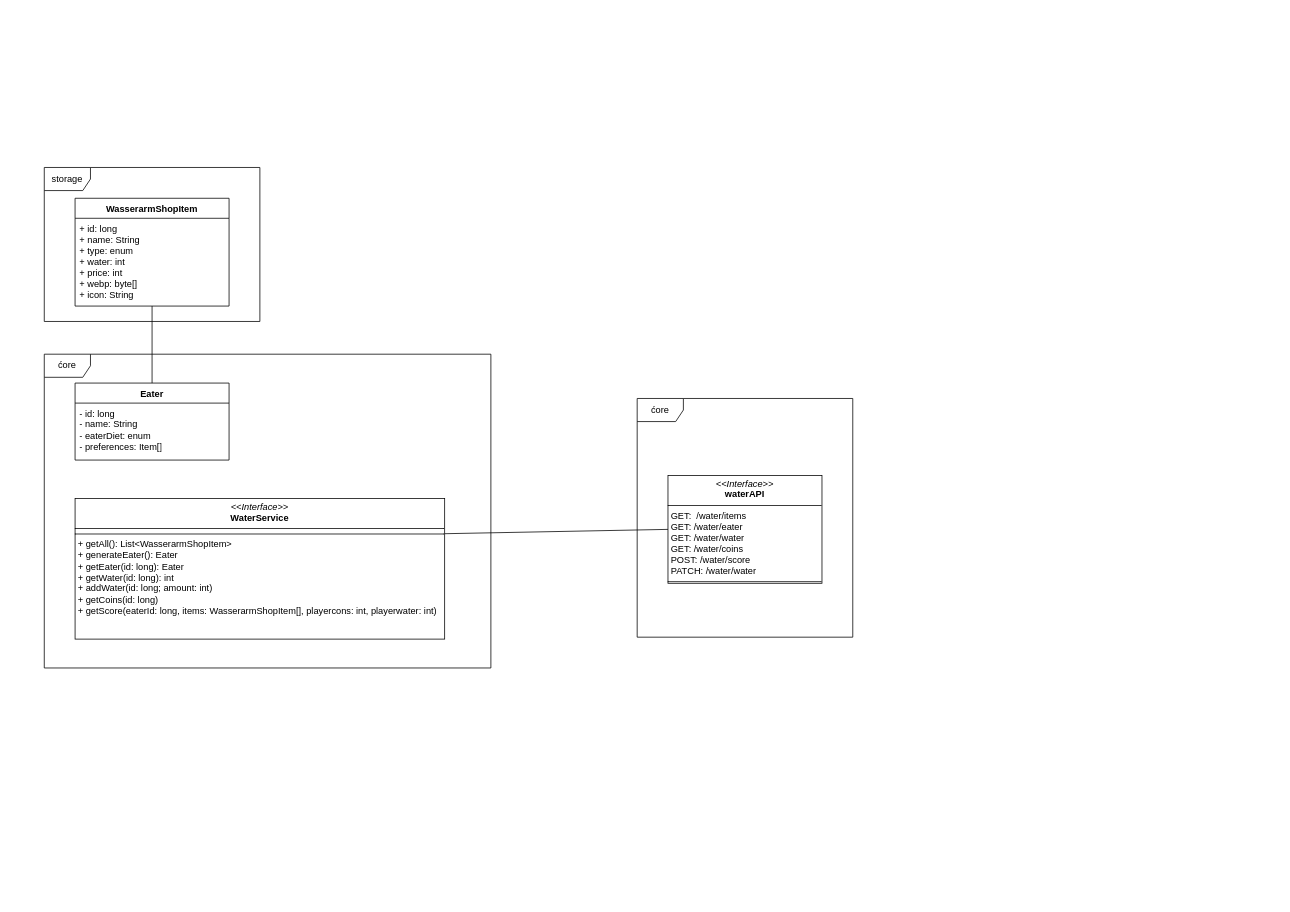
Before: doc/wassserarm/uml/src/classes.drawio in j0giwa/klimaralley, a draw.io diagram. Source tidied: cells renumbered, new cells numbered last; positions are measured from the earlier drawing's top-left corner, leaving out a move shared by most shapes. Both pictures are drawn from the tidied source at 77%, with x=0, y=0 at pixel (44, 167).
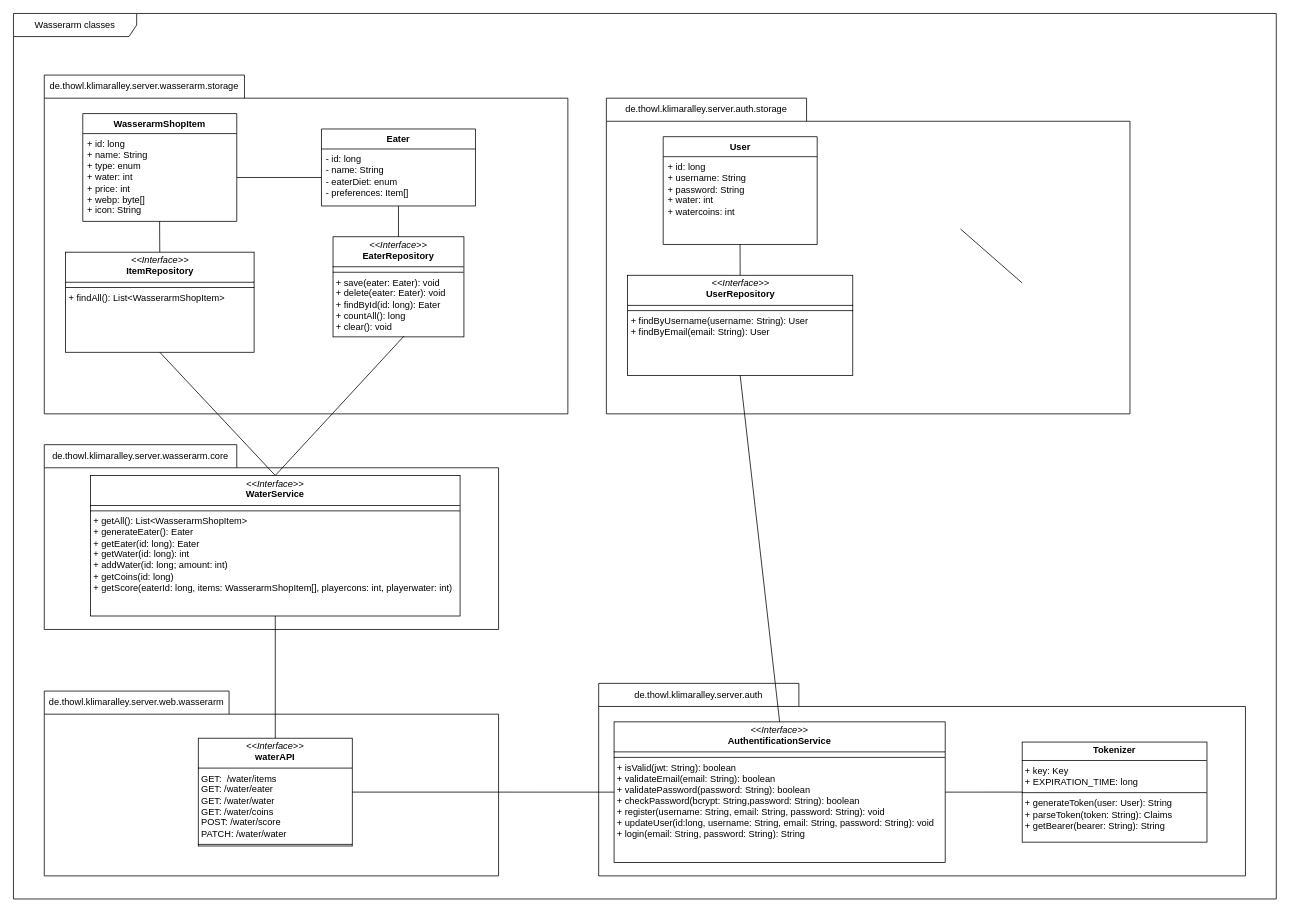
The same diagram, later.

The change refers to these unchanged cells:
```xml
<mxCell id="4" value="&lt;div&gt;+ id: long&lt;/div&gt;&lt;div&gt;+ name: String&lt;/div&gt;&lt;div&gt;+ type: enum&lt;/div&gt;&lt;div&gt;+ water: int&lt;br&gt;+ price: int&lt;/div&gt;&lt;div&gt;+ webp: byte[]&lt;/div&gt;&lt;div&gt;+ icon: String&lt;/div&gt;" style="text;strokeColor=none;fillColor=none;align=left;verticalAlign=top;spacingLeft=4;spacingRight=4;overflow=hidden;points=[[0,0.5],[1,0.5]];portConstraint=eastwest;whiteSpace=wrap;html=1;" parent="3" vertex="1">
  <mxGeometry y="26" width="200" height="114" as="geometry" />
</mxCell>
<mxCell id="6" value="&lt;div&gt;&lt;span style=&quot;background-color: initial;&quot;&gt;- id: long&lt;/span&gt;&lt;/div&gt;&lt;div&gt;&lt;span style=&quot;background-color: initial;&quot;&gt;- name: String&lt;/span&gt;&lt;br&gt;&lt;/div&gt;&lt;div&gt;- eaterDiet: enum&lt;/div&gt;&lt;div&gt;- preferences: Item[]&lt;/div&gt;" style="text;strokeColor=none;fillColor=none;align=left;verticalAlign=top;spacingLeft=4;spacingRight=4;overflow=hidden;points=[[0,0.5],[1,0.5]];portConstraint=eastwest;whiteSpace=wrap;html=1;" parent="5" vertex="1">
  <mxGeometry y="26" width="200" height="74" as="geometry" />
</mxCell>
```

Diff of the diagram source:
```diff
@@
-    <mxCell id="2" value="&lt;p style=&quot;margin:0px;margin-top:4px;text-align:center;&quot;&gt;&lt;i&gt;&amp;lt;&amp;lt;Interface&amp;gt;&amp;gt;&lt;/i&gt;&lt;br&gt;&lt;b&gt;waterAPI&lt;/b&gt;&lt;br&gt;&lt;/p&gt;&lt;hr size=&quot;1&quot; style=&quot;border-style:solid;&quot;&gt;&lt;p style=&quot;margin:0px;margin-left:4px;&quot;&gt;GET:&amp;nbsp; /water/items&lt;/p&gt;&lt;p style=&quot;margin:0px;margin-left:4px;&quot;&gt;GET: /water/eater&lt;/p&gt;&lt;p style=&quot;margin:0px;margin-left:4px;&quot;&gt;GET: /water/water&lt;/p&gt;&lt;p style=&quot;margin:0px;margin-left:4px;&quot;&gt;GET: /water/coins&lt;/p&gt;&lt;p style=&quot;margin:0px;margin-left:4px;&quot;&gt;POST: /water/score&lt;br&gt;&lt;/p&gt;&lt;p style=&quot;margin:0px;margin-left:4px;&quot;&gt;PATCH: /water/water&lt;br&gt;&lt;/p&gt;&lt;hr size=&quot;1&quot; style=&quot;border-style:solid;&quot;&gt;" style="verticalAlign=top;align=left;overflow=fill;html=1;whiteSpace=wrap;" parent="1" vertex="1">
-      <mxGeometry x="810" y="400" width="200" height="140" as="geometry" />
-    </mxCell>
+    <mxCell id="13" value="Wasserarm classes" style="shape=umlFrame;whiteSpace=wrap;html=1;width=160;" parent="1" vertex="1">
+      <mxGeometry x="-40" y="-200" width="1640" height="1150" as="geometry" />
+    </mxCell>
+    <mxCell id="14" value="&lt;span style=&quot;font-weight: 400;&quot;&gt;de.thowl.klimaralley.server.wasserarm.storage&lt;/span&gt;" style="shape=folder;fontStyle=1;tabWidth=260;tabHeight=30;tabPosition=left;html=1;boundedLbl=1;labelInHeader=1;whiteSpace=wrap;" parent="13" vertex="1">
+      <mxGeometry x="40" y="80" width="680" height="440" as="geometry" />
+    </mxCell>
-    <mxCell id="3" value="&lt;div&gt;WasserarmShopItem&lt;/div&gt;&lt;div&gt;&lt;br&gt;&lt;/div&gt;" style="swimlane;fontStyle=1;align=center;verticalAlign=top;horizontal=1;startSize=26;whiteSpace=wrap;html=1;" parent="1" vertex="1">
-      <mxGeometry x="40" y="40" width="200" height="140" as="geometry" />
+    <mxCell id="3" value="&lt;div&gt;WasserarmShopItem&lt;/div&gt;&lt;div&gt;&lt;br&gt;&lt;/div&gt;" style="swimlane;fontStyle=1;align=center;verticalAlign=top;horizontal=1;startSize=26;whiteSpace=wrap;html=1;" parent="14" vertex="1">
+      <mxGeometry x="50" y="50" width="200" height="140" as="geometry" />
     </mxCell>
@@
-    <mxCell id="5" value="Eater" style="swimlane;fontStyle=1;align=center;verticalAlign=top;horizontal=1;startSize=26;whiteSpace=wrap;html=1;" parent="1" vertex="1">
-      <mxGeometry x="40" y="280" width="200" height="100" as="geometry" />
+    <mxCell id="5" value="Eater" style="swimlane;fontStyle=1;align=center;verticalAlign=top;horizontal=1;startSize=26;whiteSpace=wrap;html=1;" parent="14" vertex="1">
+      <mxGeometry x="360" y="70" width="200" height="100" as="geometry" />
     </mxCell>
@@
-    <mxCell id="7" style="endArrow=none;html=1;rounded=0;exitX=0.5;exitY=1;exitDx=0;exitDy=0;entryX=0.5;entryY=0;entryDx=0;entryDy=0;" parent="1" edge="1" source="3" target="5">
-      <mxGeometry relative="1" as="geometry" />
-    </mxCell>
-    <mxCell id="8" value="storage" style="shape=umlFrame;whiteSpace=wrap;html=1;" parent="1" vertex="1">
-      <mxGeometry width="280" height="200" as="geometry" />
-    </mxCell>
-    <mxCell id="9" value="ćore" style="shape=umlFrame;whiteSpace=wrap;html=1;" parent="1" vertex="1">
-      <mxGeometry y="242.5" width="580" height="407.5" as="geometry" />
-    </mxCell>
-    <mxCell id="10" value="ćore" style="shape=umlFrame;whiteSpace=wrap;html=1;" parent="1" vertex="1">
-      <mxGeometry x="770" y="300" width="280" height="310" as="geometry" />
-    </mxCell>
+    <mxCell id="15" style="endArrow=none;html=1;rounded=0;exitX=1;exitY=0.5;exitDx=0;exitDy=0;entryX=0;entryY=0.5;entryDx=0;entryDy=0;" parent="14" edge="1" source="4" target="6">
+      <mxGeometry relative="1" as="geometry" />
+    </mxCell>
+    <mxCell id="16" value="&lt;p style=&quot;margin:0px;margin-top:4px;text-align:center;&quot;&gt;&lt;i&gt;&amp;lt;&amp;lt;Interface&amp;gt;&amp;gt;&lt;/i&gt;&lt;br&gt;&lt;b&gt;EaterRepository&lt;/b&gt;&lt;br&gt;&lt;/p&gt;&lt;hr size=&quot;1&quot; style=&quot;border-style:solid;&quot;&gt;&lt;hr size=&quot;1&quot; style=&quot;border-style:solid;&quot;&gt;&lt;p style=&quot;margin:0px;margin-left:4px;&quot;&gt;+ save(eater: Eater): void&lt;br&gt;+ delete(eater: Eater): void&lt;br&gt;+ findById(id: long):&amp;nbsp;&lt;span style=&quot;background-color: initial;&quot;&gt;Eater&lt;/span&gt;&lt;br&gt;&lt;/p&gt;&lt;p style=&quot;margin:0px;margin-left:4px;&quot;&gt;&lt;span style=&quot;background-color: initial;&quot;&gt;+ countAll(): long&lt;br&gt;+ clear(): void&lt;/span&gt;&lt;/p&gt;" style="verticalAlign=top;align=left;overflow=fill;html=1;whiteSpace=wrap;" parent="14" vertex="1">
+      <mxGeometry x="375" y="210" width="170" height="130" as="geometry" />
+    </mxCell>
+    <mxCell id="17" style="endArrow=none;html=1;rounded=0;exitX=0.5;exitY=0;exitDx=0;exitDy=0;entryX=0.5;entryY=1;entryDx=0;entryDy=0;" parent="14" edge="1" source="16" target="5">
+      <mxGeometry relative="1" as="geometry" />
+    </mxCell>
+    <mxCell id="18" value="&lt;p style=&quot;margin:0px;margin-top:4px;text-align:center;&quot;&gt;&lt;i&gt;&amp;lt;&amp;lt;Interface&amp;gt;&amp;gt;&lt;/i&gt;&lt;br&gt;&lt;b&gt;ItemRepository&lt;/b&gt;&lt;br&gt;&lt;/p&gt;&lt;hr size=&quot;1&quot; style=&quot;border-style:solid;&quot;&gt;&lt;hr size=&quot;1&quot; style=&quot;border-style:solid;&quot;&gt;&lt;p style=&quot;margin:0px;margin-left:4px;&quot;&gt;&lt;span style=&quot;background-color: initial;&quot;&gt;+ findAll()&lt;/span&gt;&lt;span style=&quot;background-color: initial;&quot;&gt;: List&amp;lt;WasserarmShopItem&amp;gt;&lt;/span&gt;&lt;br&gt;&lt;/p&gt;&lt;p style=&quot;margin:0px;margin-left:4px;&quot;&gt;&lt;span style=&quot;background-color: initial;&quot;&gt;&lt;br&gt;&lt;/span&gt;&lt;/p&gt;" style="verticalAlign=top;align=left;overflow=fill;html=1;whiteSpace=wrap;" parent="14" vertex="1">
+      <mxGeometry x="27.5" y="230" width="245" height="130" as="geometry" />
+    </mxCell>
+    <mxCell id="19" style="endArrow=none;html=1;rounded=0;exitX=0.5;exitY=0;exitDx=0;exitDy=0;entryX=0.499;entryY=0.999;entryDx=0;entryDy=0;entryPerimeter=0;" parent="14" edge="1" source="18" target="4">
+      <mxGeometry relative="1" as="geometry" />
+    </mxCell>
+    <mxCell id="20" value="&lt;span style=&quot;font-weight: 400;&quot;&gt;de.thowl.klimaralley.server.wasserarm.core&lt;/span&gt;" style="shape=folder;fontStyle=1;tabWidth=250;tabHeight=30;tabPosition=left;html=1;boundedLbl=1;labelInHeader=1;whiteSpace=wrap;" parent="13" vertex="1">
+      <mxGeometry x="40" y="560" width="590" height="240" as="geometry" />
+    </mxCell>
-    <mxCell id="11" value="&lt;p style=&quot;margin:0px;margin-top:4px;text-align:center;&quot;&gt;&lt;i&gt;&amp;lt;&amp;lt;Interface&amp;gt;&amp;gt;&lt;/i&gt;&lt;br&gt;&lt;b&gt;WaterService&lt;/b&gt;&lt;br&gt;&lt;/p&gt;&lt;hr size=&quot;1&quot; style=&quot;border-style:solid;&quot;&gt;&lt;hr size=&quot;1&quot; style=&quot;border-style:solid;&quot;&gt;&lt;p style=&quot;margin:0px;margin-left:4px;&quot;&gt;+ getAll(): List&amp;lt;WasserarmShopItem&amp;gt;&lt;/p&gt;&lt;p style=&quot;margin:0px;margin-left:4px;&quot;&gt;+ generateEater(): Eater&lt;br&gt;&lt;/p&gt;&lt;p style=&quot;margin:0px;margin-left:4px;&quot;&gt;+ getEater(id: long): Eater&lt;/p&gt;&lt;p style=&quot;margin:0px;margin-left:4px;&quot;&gt;+ getWater(id: long): int&lt;/p&gt;&lt;p style=&quot;margin:0px;margin-left:4px;&quot;&gt;+ addWater(id: long; amount: int)&lt;br&gt;+ getCoins(id: long)&lt;br&gt;+ getScore(eaterId: long, items:&amp;nbsp;&lt;span style=&quot;background-color: initial;&quot;&gt;WasserarmShopItem[], playercons: int, playerwater: int)&lt;/span&gt;&lt;/p&gt;" style="verticalAlign=top;align=left;overflow=fill;html=1;whiteSpace=wrap;" parent="1" vertex="1">
-      <mxGeometry x="40" y="430" width="480" height="182.5" as="geometry" />
+    <mxCell id="11" value="&lt;p style=&quot;margin:0px;margin-top:4px;text-align:center;&quot;&gt;&lt;i&gt;&amp;lt;&amp;lt;Interface&amp;gt;&amp;gt;&lt;/i&gt;&lt;br&gt;&lt;b&gt;WaterService&lt;/b&gt;&lt;br&gt;&lt;/p&gt;&lt;hr size=&quot;1&quot; style=&quot;border-style:solid;&quot;&gt;&lt;hr size=&quot;1&quot; style=&quot;border-style:solid;&quot;&gt;&lt;p style=&quot;margin:0px;margin-left:4px;&quot;&gt;+ getAll(): List&amp;lt;WasserarmShopItem&amp;gt;&lt;/p&gt;&lt;p style=&quot;margin:0px;margin-left:4px;&quot;&gt;+ generateEater(): Eater&lt;br&gt;&lt;/p&gt;&lt;p style=&quot;margin:0px;margin-left:4px;&quot;&gt;+ getEater(id: long): Eater&lt;/p&gt;&lt;p style=&quot;margin:0px;margin-left:4px;&quot;&gt;+ getWater(id: long): int&lt;/p&gt;&lt;p style=&quot;margin:0px;margin-left:4px;&quot;&gt;+ addWater(id: long; amount: int)&lt;br&gt;+ getCoins(id: long)&lt;br&gt;+ getScore(eaterId: long, items:&amp;nbsp;&lt;span style=&quot;background-color: initial;&quot;&gt;WasserarmShopItem[], playercons: int, playerwater: int)&lt;/span&gt;&lt;/p&gt;" style="verticalAlign=top;align=left;overflow=fill;html=1;whiteSpace=wrap;" parent="20" vertex="1">
+      <mxGeometry x="60" y="40" width="480" height="182.5" as="geometry" />
     </mxCell>
+    <mxCell id="21" value="&lt;span style=&quot;font-weight: 400;&quot;&gt;de.thowl.klimaralley.server.web.wasserarm&lt;/span&gt;" style="shape=folder;fontStyle=1;tabWidth=240;tabHeight=30;tabPosition=left;html=1;boundedLbl=1;labelInHeader=1;whiteSpace=wrap;" parent="13" vertex="1">
+      <mxGeometry x="40" y="880" width="590" height="240" as="geometry" />
+    </mxCell>
+    <mxCell id="2" value="&lt;p style=&quot;margin:0px;margin-top:4px;text-align:center;&quot;&gt;&lt;i&gt;&amp;lt;&amp;lt;Interface&amp;gt;&amp;gt;&lt;/i&gt;&lt;br&gt;&lt;b&gt;waterAPI&lt;/b&gt;&lt;br&gt;&lt;/p&gt;&lt;hr size=&quot;1&quot; style=&quot;border-style:solid;&quot;&gt;&lt;p style=&quot;margin:0px;margin-left:4px;&quot;&gt;GET:&amp;nbsp; /water/items&lt;/p&gt;&lt;p style=&quot;margin:0px;margin-left:4px;&quot;&gt;GET: /water/eater&lt;/p&gt;&lt;p style=&quot;margin:0px;margin-left:4px;&quot;&gt;GET: /water/water&lt;/p&gt;&lt;p style=&quot;margin:0px;margin-left:4px;&quot;&gt;GET: /water/coins&lt;/p&gt;&lt;p style=&quot;margin:0px;margin-left:4px;&quot;&gt;POST: /water/score&lt;br&gt;&lt;/p&gt;&lt;p style=&quot;margin:0px;margin-left:4px;&quot;&gt;PATCH: /water/water&lt;br&gt;&lt;/p&gt;&lt;hr size=&quot;1&quot; style=&quot;border-style:solid;&quot;&gt;" style="verticalAlign=top;align=left;overflow=fill;html=1;whiteSpace=wrap;" parent="21" vertex="1">
+      <mxGeometry x="200" y="61.2" width="200" height="140" as="geometry" />
+    </mxCell>
-    <mxCell id="12" style="endArrow=none;html=1;rounded=0;exitX=1;exitY=0.25;exitDx=0;exitDy=0;entryX=0;entryY=0.5;entryDx=0;entryDy=0;" parent="1" edge="1" source="11" target="2">
+    <mxCell id="12" style="endArrow=none;html=1;rounded=0;exitX=0.5;exitY=1;exitDx=0;exitDy=0;entryX=0.5;entryY=0;entryDx=0;entryDy=0;" parent="13" edge="1" source="11" target="2">
       <mxGeometry relative="1" as="geometry" />
     </mxCell>
+    <mxCell id="22" value="&lt;span style=&quot;font-weight: 400;&quot;&gt;de.thowl.klimaralley.server.auth&lt;/span&gt;" style="shape=folder;fontStyle=1;tabWidth=260;tabHeight=30;tabPosition=left;html=1;boundedLbl=1;labelInHeader=1;whiteSpace=wrap;" parent="13" vertex="1">
+      <mxGeometry x="760" y="870" width="840" height="250" as="geometry" />
+    </mxCell>
+    <mxCell id="23" value="&lt;p style=&quot;margin:0px;margin-top:4px;text-align:center;&quot;&gt;&lt;i&gt;&amp;lt;&amp;lt;Interface&amp;gt;&amp;gt;&lt;/i&gt;&lt;br&gt;&lt;b&gt;AuthentificationService&lt;/b&gt;&lt;br&gt;&lt;/p&gt;&lt;hr size=&quot;1&quot; style=&quot;border-style:solid;&quot;&gt;&lt;hr size=&quot;1&quot; style=&quot;border-style:solid;&quot;&gt;&lt;p style=&quot;margin:0px;margin-left:4px;&quot;&gt;+ isValid(jwt: String): boolean&lt;br&gt;+ validateEmail(email: String): boolean&lt;br&gt;&lt;/p&gt;&lt;p style=&quot;margin:0px;margin-left:4px;&quot;&gt;+ validatePassword(password: String): boolean&lt;br&gt;+ check&lt;span style=&quot;background-color: initial;&quot;&gt;Password(bcrypt: String,password: String): boolean&lt;/span&gt;&lt;/p&gt;&lt;p style=&quot;margin:0px;margin-left:4px;&quot;&gt;&lt;span style=&quot;background-color: initial;&quot;&gt;+ register(username: String, email: String, password: String): void&lt;/span&gt;&lt;/p&gt;&lt;p style=&quot;margin:0px;margin-left:4px;&quot;&gt;+ updateUser(id:long, username: String, email: String, password: String): void&lt;span style=&quot;background-color: initial;&quot;&gt;&lt;br&gt;&lt;/span&gt;&lt;/p&gt;&lt;p style=&quot;margin:0px;margin-left:4px;&quot;&gt;+ login(email: String, password: String): String&lt;span style=&quot;background-color: initial;&quot;&gt;&lt;br&gt;&lt;/span&gt;&lt;/p&gt;" style="verticalAlign=top;align=left;overflow=fill;html=1;whiteSpace=wrap;" parent="22" vertex="1">
+      <mxGeometry x="20" y="50" width="430" height="182.5" as="geometry" />
+    </mxCell>
+    <mxCell id="24" value="&lt;p style=&quot;margin:0px;margin-top:4px;text-align:center;&quot;&gt;&lt;b&gt;Tokenizer&lt;/b&gt;&lt;/p&gt;&lt;hr size=&quot;1&quot; style=&quot;border-style:solid;&quot;&gt;&lt;p style=&quot;margin:0px;margin-left:4px;&quot;&gt;+ key: Key&lt;/p&gt;&lt;p style=&quot;margin:0px;margin-left:4px;&quot;&gt;+ EXPIRATION_TIME: long&lt;/p&gt;&lt;hr size=&quot;1&quot; style=&quot;border-style:solid;&quot;&gt;&lt;p style=&quot;margin:0px;margin-left:4px;&quot;&gt;+ generateToken(user: User): String&lt;/p&gt;&lt;p style=&quot;margin:0px;margin-left:4px;&quot;&gt;+ parseToken(token: String): Claims&lt;/p&gt;&lt;p style=&quot;margin:0px;margin-left:4px;&quot;&gt;+ getBearer(bearer: String): String&lt;/p&gt;&lt;p style=&quot;margin:0px;margin-left:4px;&quot;&gt;&lt;br&gt;&lt;/p&gt;" style="verticalAlign=top;align=left;overflow=fill;html=1;whiteSpace=wrap;" parent="22" vertex="1">
+      <mxGeometry x="550" y="76.2" width="240" height="130" as="geometry" />
+    </mxCell>
+    <mxCell id="25" style="endArrow=none;html=1;rounded=0;exitX=1;exitY=0.5;exitDx=0;exitDy=0;entryX=0;entryY=0.5;entryDx=0;entryDy=0;" parent="22" edge="1" source="23" target="24">
+      <mxGeometry relative="1" as="geometry" />
+    </mxCell>
+    <mxCell id="26" style="endArrow=none;html=1;rounded=0;exitX=0.5;exitY=1;exitDx=0;exitDy=0;entryX=0.5;entryY=0;entryDx=0;entryDy=0;" parent="13" edge="1" source="18" target="11">
+      <mxGeometry relative="1" as="geometry" />
+    </mxCell>
+    <mxCell id="27" style="endArrow=none;html=1;rounded=0;exitX=0.5;exitY=0;exitDx=0;exitDy=0;entryX=0.543;entryY=0.991;entryDx=0;entryDy=0;entryPerimeter=0;" parent="13" edge="1" source="11" target="16">
+      <mxGeometry relative="1" as="geometry" />
+    </mxCell>
+    <mxCell id="28" style="endArrow=none;html=1;rounded=0;exitX=0;exitY=0.5;exitDx=0;exitDy=0;entryX=1;entryY=0.5;entryDx=0;entryDy=0;" parent="13" edge="1" source="23" target="2">
+      <mxGeometry relative="1" as="geometry" />
+    </mxCell>
+    <mxCell id="29" value="&lt;span style=&quot;font-weight: 400;&quot;&gt;de.thowl.klimaralley.server.auth.storage&lt;/span&gt;" style="shape=folder;fontStyle=1;tabWidth=260;tabHeight=30;tabPosition=left;html=1;boundedLbl=1;labelInHeader=1;whiteSpace=wrap;" parent="13" vertex="1">
+      <mxGeometry x="770" y="110" width="680" height="410" as="geometry" />
+    </mxCell>
+    <mxCell id="30" value="&lt;div&gt;User&lt;/div&gt;" style="swimlane;fontStyle=1;align=center;verticalAlign=top;horizontal=1;startSize=26;whiteSpace=wrap;html=1;" parent="29" vertex="1">
+      <mxGeometry x="73.8" y="50" width="200" height="140" as="geometry" />
+    </mxCell>
+    <mxCell id="31" value="&lt;div&gt;+ id: long&lt;/div&gt;&lt;div&gt;+ username: String&lt;/div&gt;&lt;div&gt;+ password: String&lt;/div&gt;&lt;div&gt;&lt;span style=&quot;background-color: initial;&quot;&gt;+ water: int&lt;/span&gt;&lt;br&gt;&lt;/div&gt;&lt;div&gt;+ watercoins: int&lt;/div&gt;" style="text;strokeColor=none;fillColor=none;align=left;verticalAlign=top;spacingLeft=4;spacingRight=4;overflow=hidden;points=[[0,0.5],[1,0.5]];portConstraint=eastwest;whiteSpace=wrap;html=1;" parent="30" vertex="1">
+      <mxGeometry y="26" width="200" height="114" as="geometry" />
+    </mxCell>
+    <mxCell id="32" style="endArrow=none;html=1;rounded=0;exitX=0.5;exitY=0;exitDx=0;exitDy=0;entryX=0.5;entryY=1;entryDx=0;entryDy=0;" parent="29" edge="1">
+      <mxGeometry relative="1" as="geometry">
+        <mxPoint x="540" y="240" as="sourcePoint" />
+        <mxPoint x="460" y="170" as="targetPoint" />
+      </mxGeometry>
+    </mxCell>
+    <mxCell id="33" value="&lt;p style=&quot;margin:0px;margin-top:4px;text-align:center;&quot;&gt;&lt;i&gt;&amp;lt;&amp;lt;Interface&amp;gt;&amp;gt;&lt;/i&gt;&lt;br&gt;&lt;b&gt;UserRepository&lt;/b&gt;&lt;br&gt;&lt;/p&gt;&lt;hr size=&quot;1&quot; style=&quot;border-style:solid;&quot;&gt;&lt;hr size=&quot;1&quot; style=&quot;border-style:solid;&quot;&gt;&lt;p style=&quot;margin:0px;margin-left:4px;&quot;&gt;&lt;span style=&quot;background-color: initial;&quot;&gt;+ findByUsername(username: String)&lt;/span&gt;&lt;span style=&quot;background-color: initial;&quot;&gt;: User&lt;br&gt;&lt;/span&gt;&lt;span style=&quot;background-color: initial;&quot;&gt;+ findByEmail(email: String)&lt;/span&gt;&lt;span style=&quot;background-color: initial;&quot;&gt;: User&lt;/span&gt;&lt;br&gt;&lt;/p&gt;&lt;p style=&quot;margin:0px;margin-left:4px;&quot;&gt;&lt;span style=&quot;background-color: initial;&quot;&gt;&lt;br&gt;&lt;/span&gt;&lt;/p&gt;" style="verticalAlign=top;align=left;overflow=fill;html=1;whiteSpace=wrap;" parent="29" vertex="1">
+      <mxGeometry x="27.5" y="230" width="292.5" height="130" as="geometry" />
+    </mxCell>
+    <mxCell id="34" style="endArrow=none;html=1;rounded=0;exitX=0.5;exitY=0;exitDx=0;exitDy=0;entryX=0.499;entryY=0.999;entryDx=0;entryDy=0;entryPerimeter=0;" parent="29" edge="1" source="33" target="31">
+      <mxGeometry relative="1" as="geometry" />
+    </mxCell>
+    <mxCell id="35" style="endArrow=none;html=1;rounded=0;exitX=0.5;exitY=1;exitDx=0;exitDy=0;entryX=0.5;entryY=0;entryDx=0;entryDy=0;" parent="13" edge="1" source="33" target="23">
+      <mxGeometry relative="1" as="geometry" />
+    </mxCell>
```
